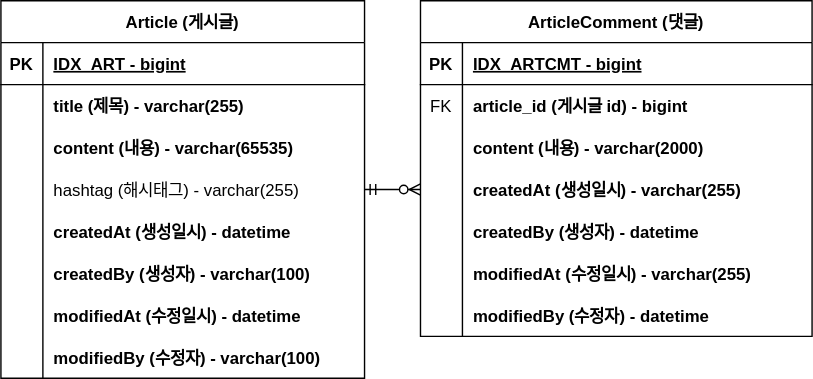
Above: document/project-board-erd.svg in AbyulStudy/fastcampus-project-board (draw.io), before the change. Source tidied: cells renumbered, new cells last; positions are measured from the earlier drawing's top-left corner, leaving out a move shared by most shapes.
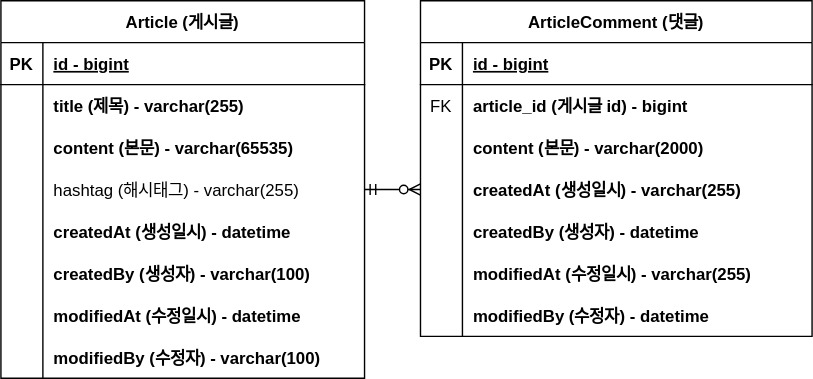
After the change.

Commit message:
#4 - ERD 주석 업데이트

Diff of the diagram source:
```diff
@@ -11,7 +11,7 @@
     <mxCell id="4" value="PK" style="shape=partialRectangle;fillColor=none;top=0;left=0;bottom=0;right=0;fontStyle=1;overflow=hidden;" parent="3" vertex="1">
       <mxGeometry width="30" height="30" as="geometry" />
     </mxCell>
-    <mxCell id="5" value="IDX_ART - bigint" style="shape=partialRectangle;fillColor=none;top=0;left=0;bottom=0;right=0;align=left;spacingLeft=6;fontStyle=5;overflow=hidden;" parent="3" vertex="1">
+    <mxCell id="5" value="id - bigint" style="shape=partialRectangle;fillColor=none;top=0;left=0;bottom=0;right=0;align=left;spacingLeft=6;fontStyle=5;overflow=hidden;" parent="3" vertex="1">
       <mxGeometry x="30" width="230" height="30" as="geometry" />
     </mxCell>
     <mxCell id="6" style="shape=tableRow;horizontal=0;startSize=0;swimlaneHead=0;swimlaneBody=0;fillColor=none;top=0;left=0;right=0;bottom=0;" parent="2" vertex="1">
@@ -29,7 +29,7 @@
     <mxCell id="10" style="shape=partialRectangle;fillColor=none;top=0;left=0;bottom=0;right=0;overflow=hidden;" parent="9" vertex="1">
       <mxGeometry width="30" height="30" as="geometry" />
     </mxCell>
-    <mxCell id="11" value="content (내용) - varchar(65535)" style="shape=partialRectangle;fillColor=none;top=0;left=0;bottom=0;right=0;align=left;spacingLeft=6;overflow=hidden;fontStyle=1;" parent="9" vertex="1">
+    <mxCell id="11" value="content (본문) - varchar(65535)" style="shape=partialRectangle;fillColor=none;top=0;left=0;bottom=0;right=0;align=left;spacingLeft=6;overflow=hidden;fontStyle=1;" parent="9" vertex="1">
       <mxGeometry x="30" width="230" height="30" as="geometry" />
     </mxCell>
     <mxCell id="12" style="shape=tableRow;horizontal=0;startSize=0;swimlaneHead=0;swimlaneBody=0;fillColor=none;points=[[0,0.5],[1,0.5]];portConstraint=eastwest;top=0;left=0;right=0;bottom=0;" parent="2" vertex="1">
@@ -86,7 +86,7 @@
     <mxCell id="29" value="PK" style="shape=partialRectangle;fillColor=none;top=0;left=0;bottom=0;right=0;fontStyle=1;overflow=hidden;" parent="28" vertex="1">
       <mxGeometry width="30" height="30" as="geometry" />
     </mxCell>
-    <mxCell id="30" value="IDX_ARTCMT - bigint" style="shape=partialRectangle;fillColor=none;top=0;left=0;bottom=0;right=0;align=left;spacingLeft=6;fontStyle=5;overflow=hidden;" parent="28" vertex="1">
+    <mxCell id="30" value="id - bigint" style="shape=partialRectangle;fillColor=none;top=0;left=0;bottom=0;right=0;align=left;spacingLeft=6;fontStyle=5;overflow=hidden;" parent="28" vertex="1">
       <mxGeometry x="30" width="250" height="30" as="geometry" />
     </mxCell>
     <mxCell id="31" style="shape=tableRow;horizontal=0;startSize=0;swimlaneHead=0;swimlaneBody=0;fillColor=none;top=0;left=0;right=0;bottom=0;" parent="27" vertex="1">
@@ -104,7 +104,7 @@
     <mxCell id="35" style="shape=partialRectangle;fillColor=none;top=0;left=0;bottom=0;right=0;overflow=hidden;" parent="34" vertex="1">
       <mxGeometry width="30" height="30" as="geometry" />
     </mxCell>
-    <mxCell id="36" value="content (내용) - varchar(2000)" style="shape=partialRectangle;fillColor=none;top=0;left=0;bottom=0;right=0;align=left;spacingLeft=6;overflow=hidden;fontStyle=1;" parent="34" vertex="1">
+    <mxCell id="36" value="content (본문) - varchar(2000)" style="shape=partialRectangle;fillColor=none;top=0;left=0;bottom=0;right=0;align=left;spacingLeft=6;overflow=hidden;fontStyle=1;" parent="34" vertex="1">
       <mxGeometry x="30" width="250" height="30" as="geometry" />
     </mxCell>
     <mxCell id="37" style="shape=tableRow;horizontal=0;startSize=0;swimlaneHead=0;swimlaneBody=0;fillColor=none;points=[[0,0.5],[1,0.5]];portConstraint=eastwest;top=0;left=0;right=0;bottom=0;" parent="27" vertex="1">
```
